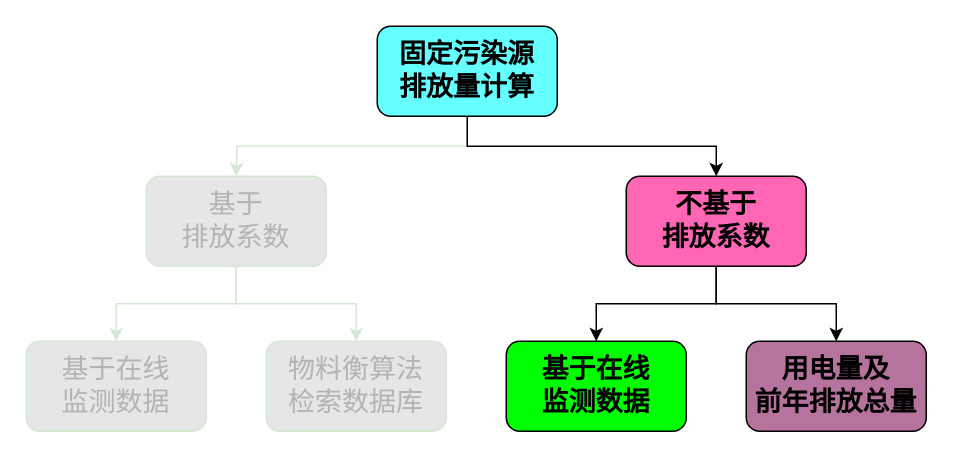
Before: 不基于排放系数的计算法.drawio in WienWong/Misc, a draw.io diagram. Source tidied: cells renumbered, new cells numbered last; positions are measured from the earlier drawing's top-left corner, leaving out a move shared by most shapes. Both pictures are drawn from the tidied source at 150%, with x=0, y=0 at pixel (26, 26).
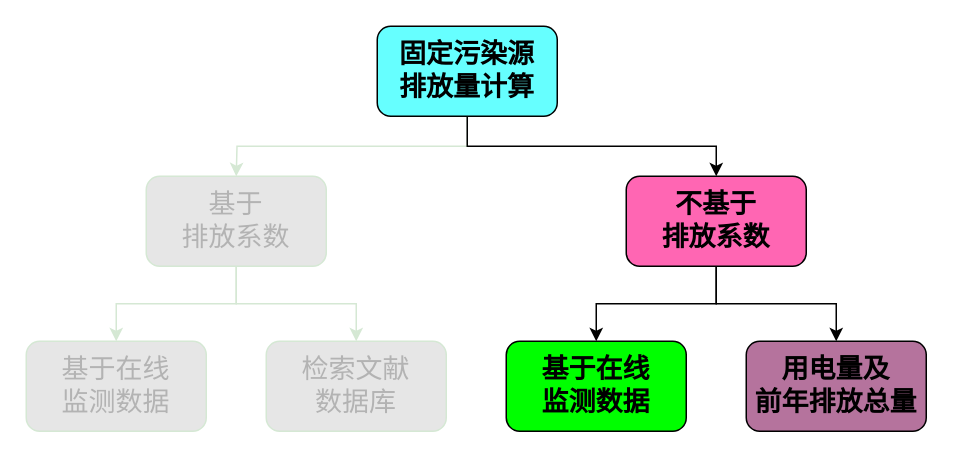
The same page after the edit.

Commit message:
Update 不基于排放系数的计算法.drawio

Diff of the diagram source:
```diff
@@
 <mxGraphModel>
   <root>
     <mxCell id="0" />
     <mxCell id="1" parent="0" />
     <mxCell id="2" style="edgeStyle=orthogonalEdgeStyle;rounded=0;jettySize=auto;html=1;exitX=0.5;exitY=1;exitDx=0;exitDy=0;strokeColor=#D5E8D4;" parent="1" edge="1" source="4">
       <mxGeometry relative="1" as="geometry">
         <mxPoint x="140" y="100" as="targetPoint" />
       </mxGeometry>
     </mxCell>
     <mxCell id="3" style="edgeStyle=orthogonalEdgeStyle;rounded=0;jettySize=auto;html=1;exitX=0.5;exitY=1;exitDx=0;exitDy=0;" parent="1" edge="1" source="4" target="7">
       <mxGeometry relative="1" as="geometry" />
     </mxCell>
     <mxCell id="4" value="&lt;font style=&quot;font-size: 18px&quot;&gt;&lt;b&gt;固定污染源&lt;br&gt;排放量计算&lt;/b&gt;&lt;/font&gt;" style="rounded=1;whiteSpace=wrap;html=1;fillColor=#66FFFF;" parent="1" vertex="1">
       <mxGeometry x="234" width="120" height="60" as="geometry" />
     </mxCell>
     <mxCell id="5" style="edgeStyle=orthogonalEdgeStyle;rounded=0;jettySize=auto;html=1;exitX=0.5;exitY=1;exitDx=0;exitDy=0;entryX=0.5;entryY=0;entryDx=0;entryDy=0;" parent="1" edge="1" source="7" target="8">
       <mxGeometry relative="1" as="geometry" />
     </mxCell>
     <mxCell id="6" style="edgeStyle=orthogonalEdgeStyle;rounded=0;jettySize=auto;html=1;exitX=0.5;exitY=1;exitDx=0;exitDy=0;entryX=0.5;entryY=0;entryDx=0;entryDy=0;" parent="1" edge="1" source="7" target="9">
       <mxGeometry relative="1" as="geometry" />
     </mxCell>
     <mxCell id="7" value="&lt;font style=&quot;font-size: 18px&quot;&gt;&lt;b&gt;不基于&lt;br&gt;排放系数&lt;/b&gt;&lt;/font&gt;" style="rounded=1;whiteSpace=wrap;html=1;fillColor=#FF66B3;" parent="1" vertex="1">
       <mxGeometry x="400" y="100" width="120" height="60" as="geometry" />
     </mxCell>
     <mxCell id="8" value="&lt;font style=&quot;font-size: 18px&quot;&gt;&lt;b&gt;基于在线&lt;br&gt;监测数据&lt;/b&gt;&lt;/font&gt;" style="rounded=1;whiteSpace=wrap;html=1;fillColor=#00FF00;" parent="1" vertex="1">
       <mxGeometry x="320" y="210" width="120" height="60" as="geometry" />
     </mxCell>
     <mxCell id="9" value="&lt;span style=&quot;font-size: 18px&quot;&gt;&lt;b&gt;用电量及&lt;br&gt;前年排放总量&lt;/b&gt;&lt;/span&gt;" style="rounded=1;whiteSpace=wrap;html=1;fillColor=#B5739D;" parent="1" vertex="1">
       <mxGeometry x="480" y="210" width="120" height="60" as="geometry" />
     </mxCell>
     <mxCell id="10" style="edgeStyle=orthogonalEdgeStyle;rounded=0;jettySize=auto;html=1;exitX=0.5;exitY=1;exitDx=0;exitDy=0;entryX=0.5;entryY=0;entryDx=0;entryDy=0;strokeColor=#D5E8D4;fillColor=#E6E6E6;" parent="1" edge="1" source="12" target="13">
       <mxGeometry relative="1" as="geometry" />
     </mxCell>
     <mxCell id="11" style="edgeStyle=orthogonalEdgeStyle;rounded=0;jettySize=auto;html=1;exitX=0.5;exitY=1;exitDx=0;exitDy=0;entryX=0.5;entryY=0;entryDx=0;entryDy=0;strokeColor=#D5E8D4;fillColor=#E6E6E6;" parent="1" edge="1" source="12" target="14">
       <mxGeometry relative="1" as="geometry" />
     </mxCell>
     <mxCell id="12" value="&lt;font style=&quot;font-size: 18px ; background-color: rgb(230 , 230 , 230)&quot; color=&quot;#b3b3b3&quot;&gt;基于&lt;br&gt;排放系数&lt;/font&gt;" style="rounded=1;whiteSpace=wrap;html=1;strokeColor=#D5E8D4;fillColor=#E6E6E6;" parent="1" vertex="1">
       <mxGeometry x="80" y="100" width="120" height="60" as="geometry" />
     </mxCell>
-    <mxCell id="13" value="&lt;font color=&quot;#b3b3b3&quot;&gt;&lt;span style=&quot;font-size: 18px ; background-color: rgb(230 , 230 , 230)&quot;&gt;物料衡算法&lt;br&gt;检索数据库&lt;/span&gt;&lt;/font&gt;" style="rounded=1;whiteSpace=wrap;html=1;strokeColor=#D5E8D4;fillColor=#E6E6E6;" parent="1" vertex="1">
+    <mxCell id="13" value="&lt;font color=&quot;#b3b3b3&quot;&gt;&lt;span style=&quot;font-size: 18px ; background-color: rgb(230 , 230 , 230)&quot;&gt;检索文献&lt;br&gt;数据库&lt;/span&gt;&lt;/font&gt;" style="rounded=1;whiteSpace=wrap;html=1;strokeColor=#D5E8D4;fillColor=#E6E6E6;" parent="1" vertex="1">
       <mxGeometry x="160" y="210" width="120" height="60" as="geometry" />
     </mxCell>
     <mxCell id="14" value="&lt;font color=&quot;#b3b3b3&quot;&gt;&lt;span style=&quot;font-size: 18px ; background-color: rgb(230 , 230 , 230)&quot;&gt;基于在线&lt;br&gt;监测数据&lt;/span&gt;&lt;/font&gt;" style="rounded=1;whiteSpace=wrap;html=1;strokeColor=#D5E8D4;fillColor=#E6E6E6;" parent="1" vertex="1">
       <mxGeometry y="210" width="120" height="60" as="geometry" />
     </mxCell>
   </root>
 </mxGraphModel>
```
